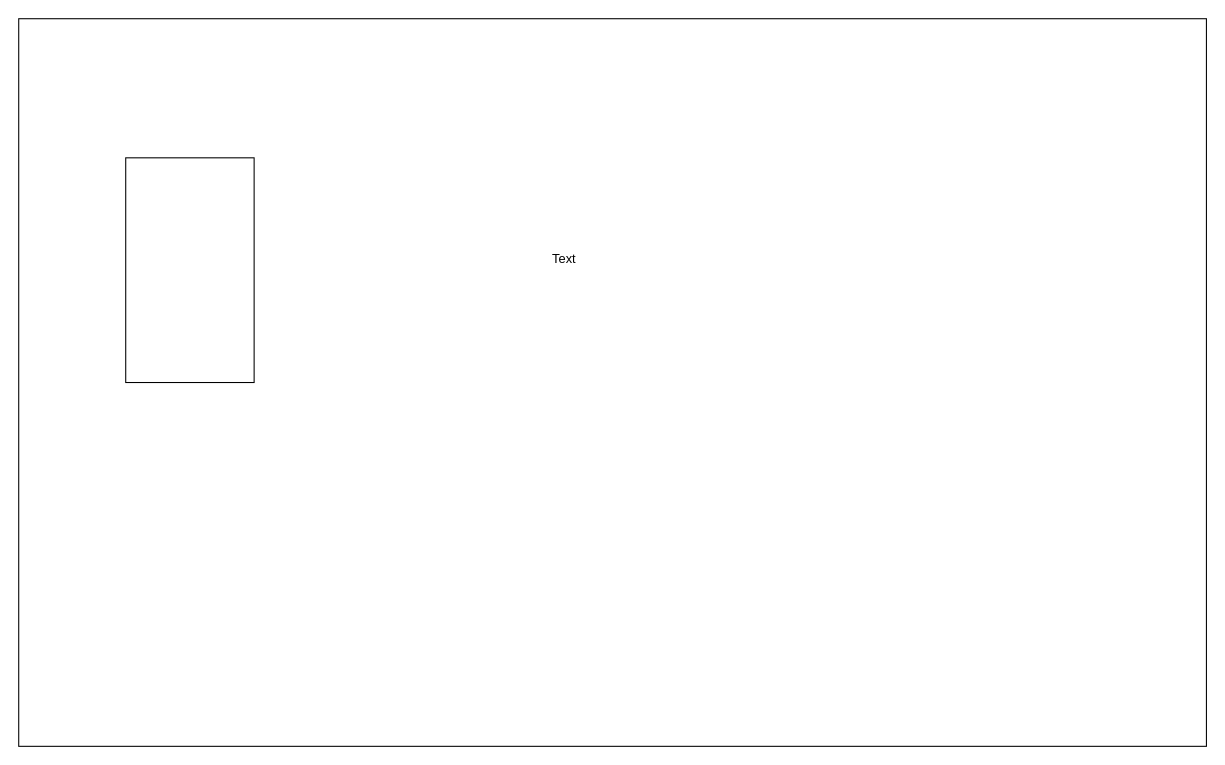
The draw.io diagram Diagrama sem nome.drawio in JuliaNery/Draw.io, before the edit. Source tidied: cells renumbered, new cells numbered last; positions are measured from the earlier drawing's top-left corner, leaving out a move shared by most shapes. Both pictures are drawn from the tidied source at 107%, with x=0, y=0 at pixel (18, 18).
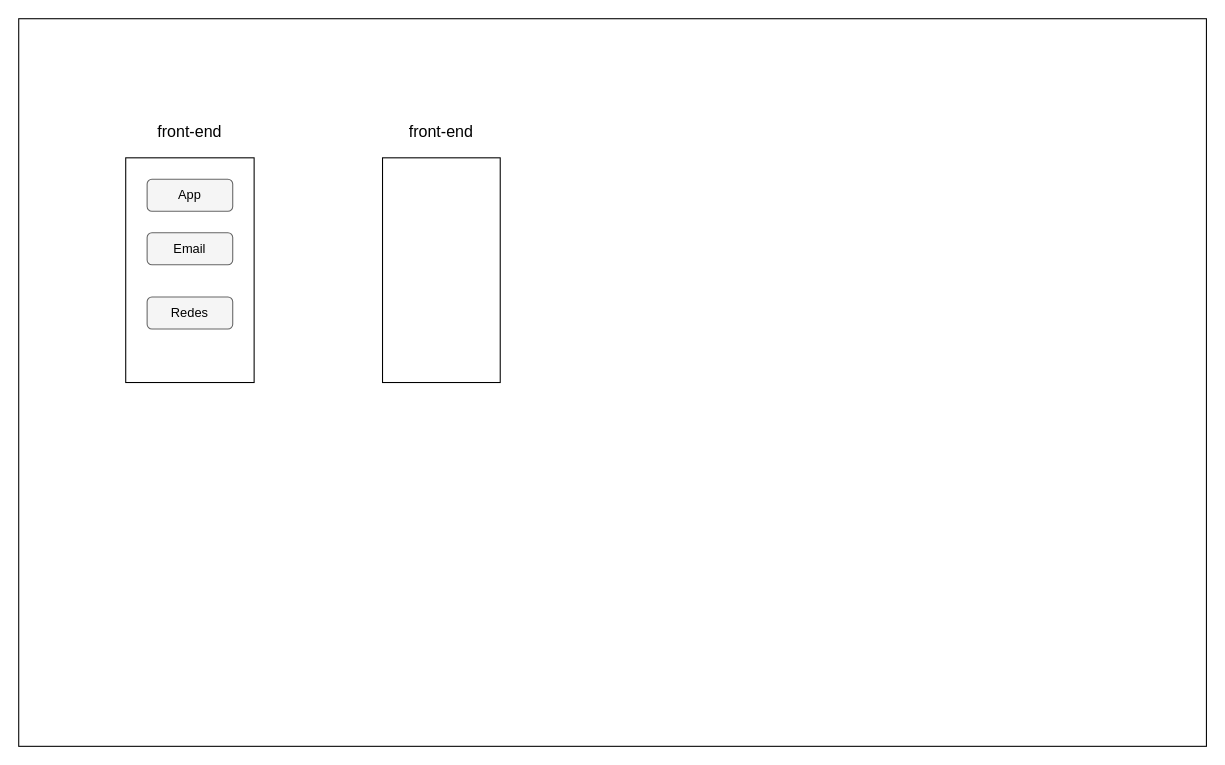
The same page after the edit.

The edit, as a diff of the source:
```diff
@@
 <mxGraphModel>
   <root>
     <mxCell id="0" />
     <mxCell id="1" parent="0" />
     <mxCell id="2" style="rounded=0;whiteSpace=wrap;html=1;" parent="1" vertex="1">
       <mxGeometry width="1110" height="680" as="geometry" />
     </mxCell>
     <mxCell id="3" style="rounded=0;whiteSpace=wrap;html=1;" parent="1" vertex="1">
       <mxGeometry x="100" y="130" width="120" height="210" as="geometry" />
     </mxCell>
-    <mxCell id="4" value="Text" style="text;html=1;align=center;verticalAlign=middle;whiteSpace=wrap;rounded=0;" parent="1" vertex="1">
-      <mxGeometry x="480" y="210" width="60" height="30" as="geometry" />
+    <mxCell id="4" value="&lt;font style=&quot;font-size: 15px;&quot;&gt;front-end&lt;/font&gt;" style="text;html=1;align=center;verticalAlign=middle;whiteSpace=wrap;rounded=0;" parent="1" vertex="1">
+      <mxGeometry x="115" y="90" width="90" height="30" as="geometry" />
     </mxCell>
+    <mxCell id="5" style="rounded=1;whiteSpace=wrap;html=1;fillColor=#f5f5f5;fontColor=#333333;strokeColor=#666666;" parent="1" vertex="1">
+      <mxGeometry x="120" y="150" width="80" height="30" as="geometry" />
+    </mxCell>
+    <mxCell id="6" value="App" style="text;html=1;align=center;verticalAlign=middle;whiteSpace=wrap;rounded=0;" parent="1" vertex="1">
+      <mxGeometry x="130" y="150" width="60" height="30" as="geometry" />
+    </mxCell>
+    <mxCell id="7" style="rounded=1;whiteSpace=wrap;html=1;fillColor=#f5f5f5;fontColor=#333333;strokeColor=#666666;" parent="1" vertex="1">
+      <mxGeometry x="120" y="200" width="80" height="30" as="geometry" />
+    </mxCell>
+    <mxCell id="8" value="Email" style="text;html=1;align=center;verticalAlign=middle;whiteSpace=wrap;rounded=0;" parent="1" vertex="1">
+      <mxGeometry x="130" y="200" width="60" height="30" as="geometry" />
+    </mxCell>
+    <mxCell id="9" style="rounded=1;whiteSpace=wrap;html=1;fillColor=#f5f5f5;fontColor=#333333;strokeColor=#666666;" parent="1" vertex="1">
+      <mxGeometry x="120" y="260" width="80" height="30" as="geometry" />
+    </mxCell>
+    <mxCell id="10" value="Redes" style="text;html=1;align=center;verticalAlign=middle;whiteSpace=wrap;rounded=0;" parent="1" vertex="1">
+      <mxGeometry x="130" y="260" width="60" height="30" as="geometry" />
+    </mxCell>
+    <mxCell id="11" style="rounded=0;whiteSpace=wrap;html=1;" parent="1" vertex="1">
+      <mxGeometry x="340" y="130" width="110" height="210" as="geometry" />
+    </mxCell>
+    <mxCell id="12" value="&lt;font style=&quot;font-size: 15px;&quot;&gt;front-end&lt;/font&gt;" style="text;html=1;align=center;verticalAlign=middle;whiteSpace=wrap;rounded=0;" parent="1" vertex="1">
+      <mxGeometry x="350" y="90" width="90" height="30" as="geometry" />
+    </mxCell>
   </root>
 </mxGraphModel>
```
